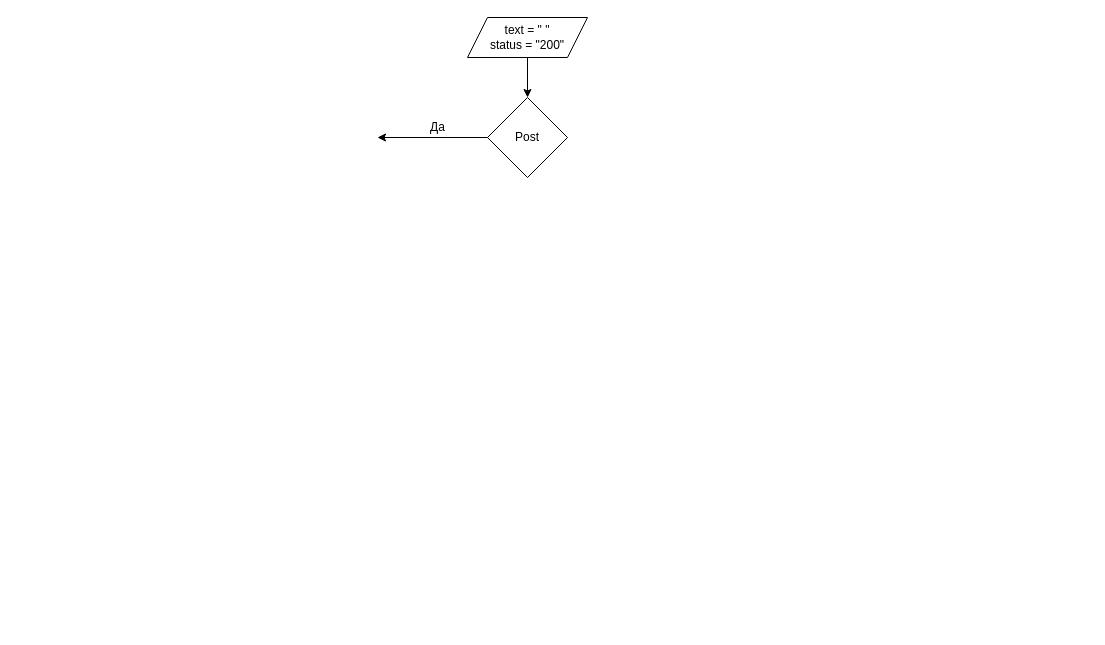
Before: src/main/java/Untitled Diagram.drawio in evgenProger/job4j_pooh, a draw.io diagram. Source tidied: cells renumbered, new cells numbered last; positions are measured from the earlier drawing's top-left corner, leaving out a move shared by most shapes. Both pictures are drawn from the tidied source at 100%, with x=0, y=0 at pixel (377, 17).
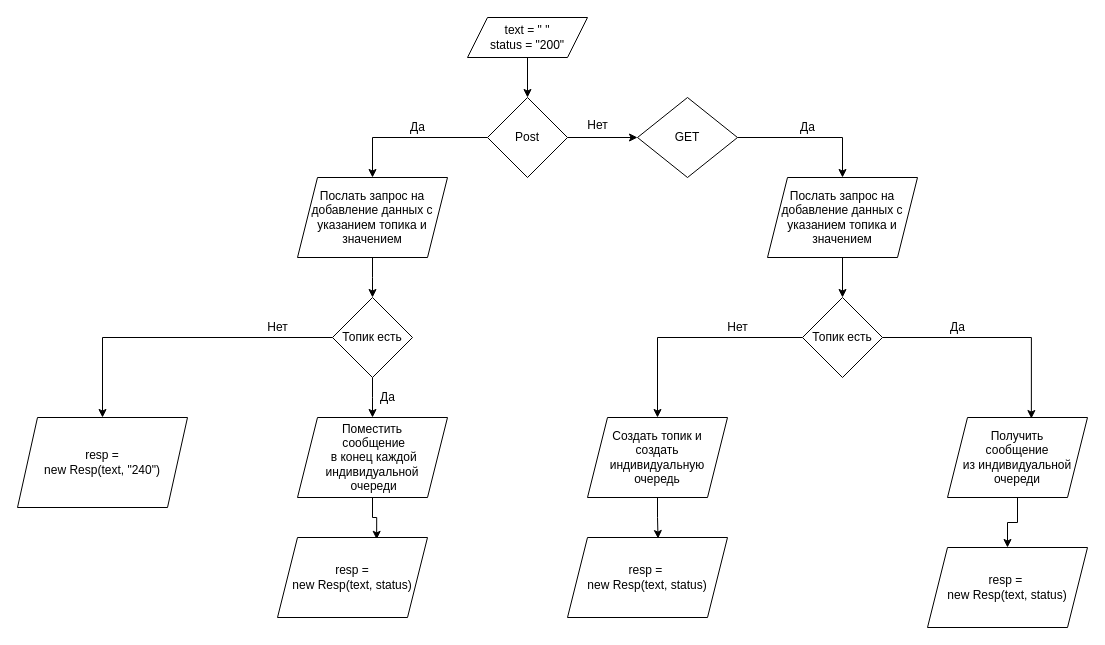
After the change.

Unchanged cells that the change refers to:
```xml
<mxCell id="4" value="Post" style="rhombus;whiteSpace=wrap;html=1;" parent="1" vertex="1">
  <mxGeometry x="110" y="80" width="80" height="80" as="geometry" />
</mxCell>
```

The edit, as a diff of the source:
```diff
@@
+    <mxCell id="7" style="edgeStyle=orthogonalEdgeStyle;rounded=0;jettySize=auto;html=1;entryX=0.5;entryY=0;entryDx=0;entryDy=0;" parent="1" edge="1" source="4" target="14">
+      <mxGeometry relative="1" as="geometry" />
+    </mxCell>
+    <mxCell id="8" style="edgeStyle=orthogonalEdgeStyle;rounded=0;jettySize=auto;html=1;" parent="1" edge="1" source="4" target="23">
+      <mxGeometry relative="1" as="geometry" />
+    </mxCell>
@@
-    <mxCell id="5" style="endArrow=classic;html=1;rounded=0;exitX=0;exitY=0.5;exitDx=0;exitDy=0;" parent="1" edge="1" source="4">
-      <mxGeometry relative="1" as="geometry">
-        <mxPoint y="120" as="targetPoint" />
-      </mxGeometry>
-    </mxCell>
-    <mxCell id="6" value="Да" style="text;html=1;align=center;verticalAlign=middle;strokeColor=none;fillColor=none;" parent="1" vertex="1">
-      <mxGeometry x="45" y="100" width="30" height="20" as="geometry" />
-    </mxCell>
+    <mxCell id="9" style="edgeStyle=orthogonalEdgeStyle;rounded=0;orthogonalLoop=1;jettySize=auto;html=1;" parent="1" edge="1">
+      <mxGeometry relative="1" as="geometry">
+        <mxPoint x="-15" y="120" as="sourcePoint" />
+        <mxPoint x="-15" y="120" as="targetPoint" />
+      </mxGeometry>
+    </mxCell>
+    <mxCell id="10" style="edgeStyle=orthogonalEdgeStyle;rounded=0;jettySize=auto;html=1;entryX=0.661;entryY=0.023;entryDx=0;entryDy=0;entryPerimeter=0;" parent="1" edge="1" source="11" target="13">
+      <mxGeometry relative="1" as="geometry" />
+    </mxCell>
+    <mxCell id="11" value="Поместить&lt;br&gt;&amp;nbsp;сообщение&lt;br&gt;&amp;nbsp;в конец каждой индивидуальной&lt;br&gt;&amp;nbsp;очереди" style="shape=parallelogram;perimeter=parallelogramPerimeter;whiteSpace=wrap;html=1;fixedSize=1;" parent="1" vertex="1">
+      <mxGeometry x="-80" y="400" width="150" height="80" as="geometry" />
+    </mxCell>
+    <mxCell id="12" value="Да" style="text;html=1;align=center;verticalAlign=middle;strokeColor=none;fillColor=none;" parent="1" vertex="1">
+      <mxGeometry x="25" y="100" width="30" height="20" as="geometry" />
+    </mxCell>
+    <mxCell id="13" value="resp = &lt;br&gt;new Resp(text, status)" style="shape=parallelogram;perimeter=parallelogramPerimeter;whiteSpace=wrap;html=1;fixedSize=1;" parent="1" vertex="1">
+      <mxGeometry x="-100" y="520" width="150" height="80" as="geometry" />
+    </mxCell>
+    <mxCell id="14" value="Послать запрос на добавление данных с указанием топика и значением" style="shape=parallelogram;perimeter=parallelogramPerimeter;whiteSpace=wrap;html=1;fixedSize=1;" parent="1" vertex="1">
+      <mxGeometry x="-80" y="160" width="150" height="80" as="geometry" />
+    </mxCell>
+    <mxCell id="15" style="edgeStyle=orthogonalEdgeStyle;rounded=0;jettySize=auto;html=1;" parent="1" edge="1" source="14">
+      <mxGeometry relative="1" as="geometry">
+        <mxPoint x="-5" y="280" as="targetPoint" />
+      </mxGeometry>
+    </mxCell>
+    <mxCell id="16" style="edgeStyle=orthogonalEdgeStyle;rounded=0;jettySize=auto;html=1;" parent="1" edge="1" source="18">
+      <mxGeometry relative="1" as="geometry">
+        <mxPoint x="-5" y="400" as="targetPoint" />
+      </mxGeometry>
+    </mxCell>
+    <mxCell id="17" style="edgeStyle=orthogonalEdgeStyle;rounded=0;jettySize=auto;html=1;" parent="1" edge="1" source="18" target="20">
+      <mxGeometry relative="1" as="geometry" />
+    </mxCell>
+    <mxCell id="18" value="Топик есть" style="rhombus;whiteSpace=wrap;html=1;" parent="1" vertex="1">
+      <mxGeometry x="-45" y="280" width="80" height="80" as="geometry" />
+    </mxCell>
+    <mxCell id="19" value="Да" style="text;html=1;align=center;verticalAlign=middle;strokeColor=none;fillColor=none;" parent="1" vertex="1">
+      <mxGeometry x="-5" y="370" width="30" height="20" as="geometry" />
+    </mxCell>
+    <mxCell id="20" value="resp = &lt;br&gt;new Resp(text, &quot;240&quot;)" style="shape=parallelogram;perimeter=parallelogramPerimeter;whiteSpace=wrap;html=1;fixedSize=1;" parent="1" vertex="1">
+      <mxGeometry x="-360" y="400" width="170" height="90" as="geometry" />
+    </mxCell>
+    <mxCell id="21" value="Нет" style="text;html=1;align=center;verticalAlign=middle;strokeColor=none;fillColor=none;" parent="1" vertex="1">
+      <mxGeometry x="-120" y="300" width="40" height="20" as="geometry" />
+    </mxCell>
+    <mxCell id="22" style="edgeStyle=orthogonalEdgeStyle;rounded=0;jettySize=auto;html=1;entryX=0.5;entryY=0;entryDx=0;entryDy=0;" parent="1" edge="1" source="23" target="27">
+      <mxGeometry relative="1" as="geometry" />
+    </mxCell>
+    <mxCell id="23" value="GET" style="rhombus;whiteSpace=wrap;html=1;" parent="1" vertex="1">
+      <mxGeometry x="260" y="80" width="100" height="80" as="geometry" />
+    </mxCell>
+    <mxCell id="24" value="&lt;br&gt;Нет" style="text;html=1;align=center;verticalAlign=middle;strokeColor=none;fillColor=none;" parent="1" vertex="1">
+      <mxGeometry x="200" y="85" width="40" height="30" as="geometry" />
+    </mxCell>
+    <mxCell id="25" value="Да" style="text;html=1;align=center;verticalAlign=middle;strokeColor=none;fillColor=none;" parent="1" vertex="1">
+      <mxGeometry x="415" y="100" width="30" height="20" as="geometry" />
+    </mxCell>
+    <mxCell id="26" style="edgeStyle=orthogonalEdgeStyle;rounded=0;jettySize=auto;html=1;entryX=0.5;entryY=0;entryDx=0;entryDy=0;" parent="1" edge="1" source="27" target="30">
+      <mxGeometry relative="1" as="geometry" />
+    </mxCell>
+    <mxCell id="27" value="Послать запрос на добавление данных с указанием топика и значением" style="shape=parallelogram;perimeter=parallelogramPerimeter;whiteSpace=wrap;html=1;fixedSize=1;" parent="1" vertex="1">
+      <mxGeometry x="390" y="160" width="150" height="80" as="geometry" />
+    </mxCell>
+    <mxCell id="28" style="edgeStyle=orthogonalEdgeStyle;rounded=0;jettySize=auto;html=1;entryX=0.5;entryY=0;entryDx=0;entryDy=0;" parent="1" edge="1" source="30" target="32">
+      <mxGeometry relative="1" as="geometry" />
+    </mxCell>
+    <mxCell id="29" style="edgeStyle=orthogonalEdgeStyle;rounded=0;jettySize=auto;html=1;entryX=0.599;entryY=0.013;entryDx=0;entryDy=0;entryPerimeter=0;" parent="1" edge="1" source="30" target="35">
+      <mxGeometry relative="1" as="geometry" />
+    </mxCell>
+    <mxCell id="30" value="Топик есть" style="rhombus;whiteSpace=wrap;html=1;" parent="1" vertex="1">
+      <mxGeometry x="425" y="280" width="80" height="80" as="geometry" />
+    </mxCell>
+    <mxCell id="31" style="edgeStyle=orthogonalEdgeStyle;rounded=0;jettySize=auto;html=1;entryX=0.566;entryY=0.013;entryDx=0;entryDy=0;entryPerimeter=0;" parent="1" edge="1" source="32" target="38">
+      <mxGeometry relative="1" as="geometry" />
+    </mxCell>
+    <mxCell id="32" value="Создать топик и &lt;br&gt;создать индивидуальную очередь" style="shape=parallelogram;perimeter=parallelogramPerimeter;whiteSpace=wrap;html=1;fixedSize=1;" parent="1" vertex="1">
+      <mxGeometry x="210" y="400" width="140" height="80" as="geometry" />
+    </mxCell>
+    <mxCell id="33" value="Нет" style="text;html=1;align=center;verticalAlign=middle;strokeColor=none;fillColor=none;" parent="1" vertex="1">
+      <mxGeometry x="340" y="300" width="40" height="20" as="geometry" />
+    </mxCell>
+    <mxCell id="34" style="edgeStyle=orthogonalEdgeStyle;rounded=0;jettySize=auto;html=1;entryX=0.5;entryY=0;entryDx=0;entryDy=0;" parent="1" edge="1" source="35" target="36">
+      <mxGeometry relative="1" as="geometry" />
+    </mxCell>
+    <mxCell id="35" value="Получить &lt;br&gt;сообщение &lt;br&gt;из индивидуальной очереди" style="shape=parallelogram;perimeter=parallelogramPerimeter;whiteSpace=wrap;html=1;fixedSize=1;" parent="1" vertex="1">
+      <mxGeometry x="570" y="400" width="140" height="80" as="geometry" />
+    </mxCell>
+    <mxCell id="36" value="resp =&amp;nbsp;&lt;br&gt;new Resp(text, status)" style="shape=parallelogram;perimeter=parallelogramPerimeter;whiteSpace=wrap;html=1;fixedSize=1;" parent="1" vertex="1">
+      <mxGeometry x="550" y="530" width="160" height="80" as="geometry" />
+    </mxCell>
+    <mxCell id="37" value="Да" style="text;html=1;align=center;verticalAlign=middle;strokeColor=none;fillColor=none;" parent="1" vertex="1">
+      <mxGeometry x="565" y="300" width="30" height="20" as="geometry" />
+    </mxCell>
+    <mxCell id="38" value="resp =&amp;nbsp;&lt;br&gt;new Resp(text, status)" style="shape=parallelogram;perimeter=parallelogramPerimeter;whiteSpace=wrap;html=1;fixedSize=1;" parent="1" vertex="1">
+      <mxGeometry x="190" y="520" width="160" height="80" as="geometry" />
+    </mxCell>
```
